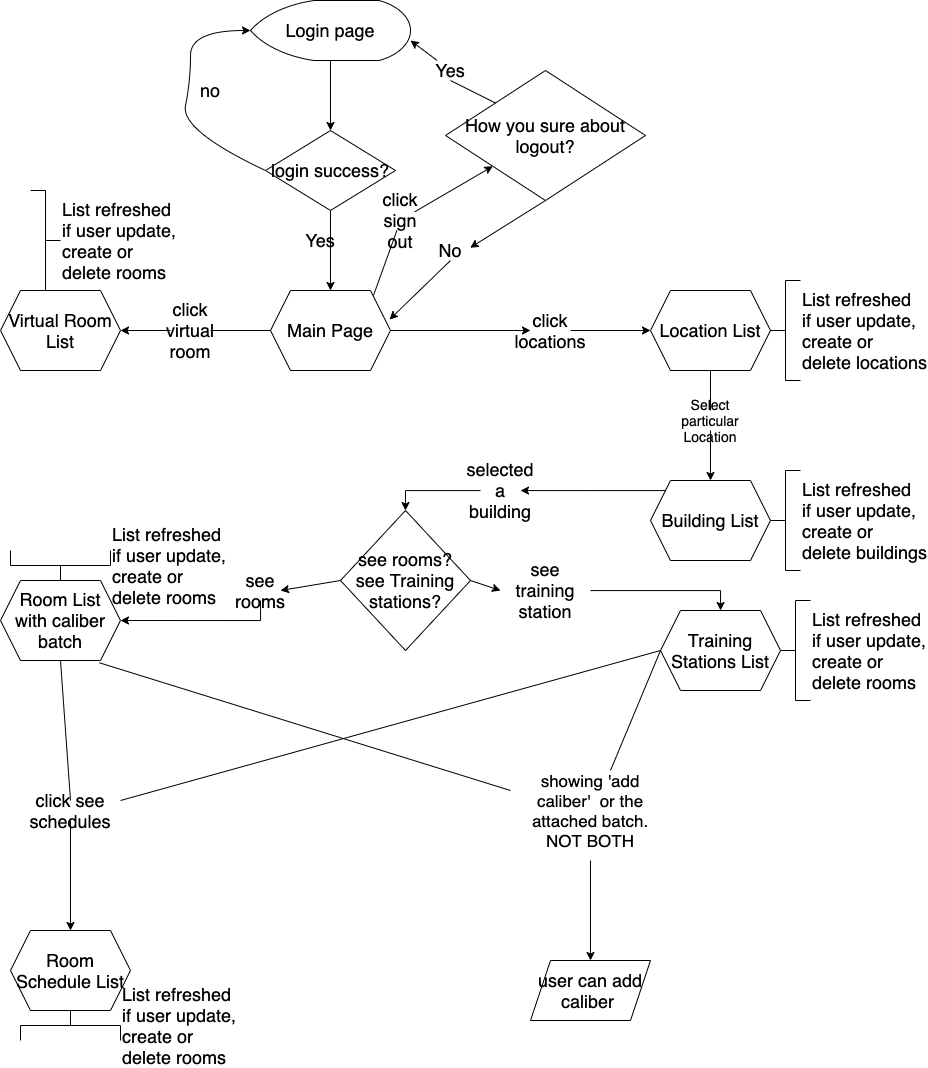
Before: Flowchart/UI Flowchart.png, a diagram exported from draw.io (revaturelabs/af-client). Source tidied: cells renumbered, new cells last; positions are measured from the earlier drawing's top-left corner, leaving out a move shared by most shapes.
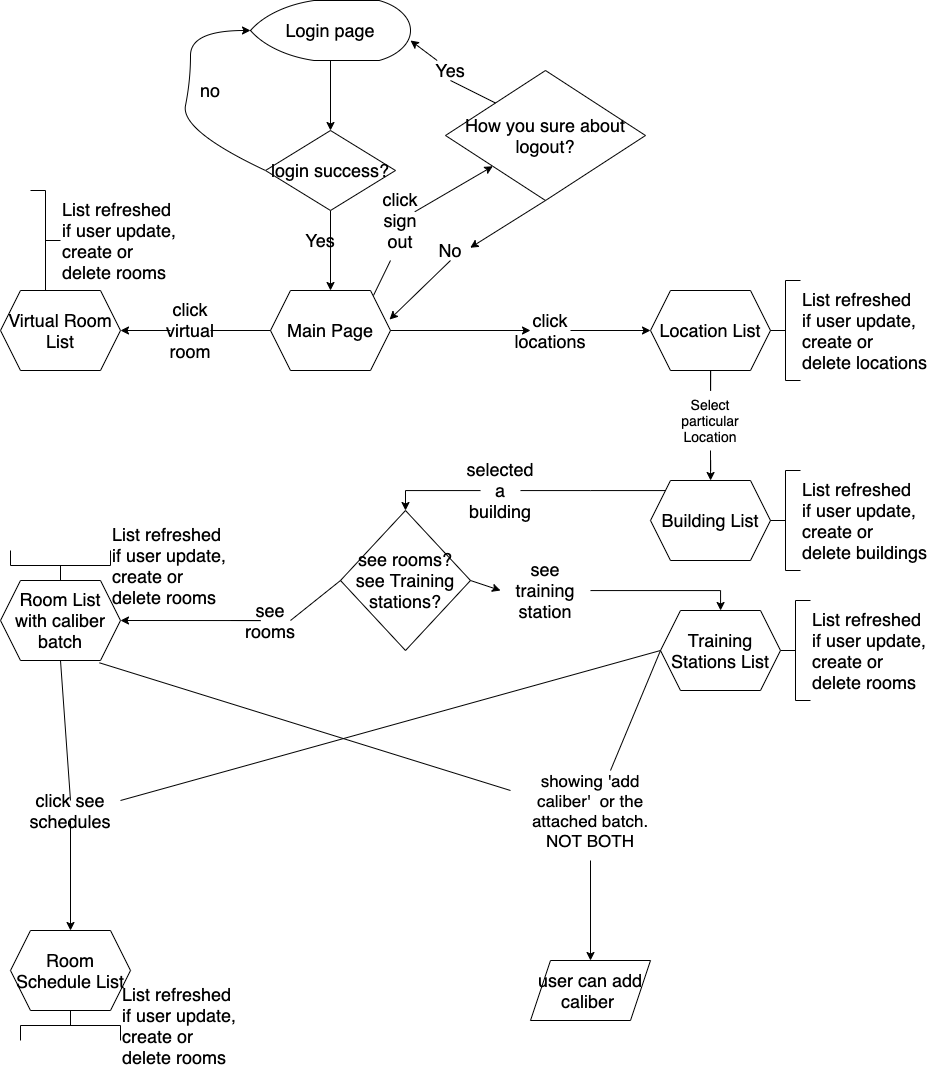
Above is the later version.

Diff of the diagram source:
```diff
@@ -35,14 +35,17 @@
     <mxCell id="10" value="Main Page" style="shape=hexagon;perimeter=hexagonPerimeter2;whiteSpace=wrap;html=1;fixedSize=1;strokeWidth=1;fontSize=18;sketch=0;shadow=0;" parent="1" vertex="1">
       <mxGeometry x="270" y="290" width="120" height="80" as="geometry" />
     </mxCell>
-    <mxCell id="11" style="edgeStyle=orthogonalEdgeStyle;rounded=0;jettySize=auto;html=1;fontSize=18;strokeWidth=1;sketch=0;shadow=0;" parent="1" edge="1" source="20" target="15">
-      <mxGeometry relative="1" as="geometry" />
+    <mxCell id="11" style="edgeStyle=orthogonalEdgeStyle;rounded=0;jettySize=auto;html=1;fontSize=18;strokeWidth=1;sketch=0;shadow=0;" parent="1" edge="1" target="15">
+      <mxGeometry relative="1" as="geometry">
+        <mxPoint x="710" y="450" as="sourcePoint" />
+      </mxGeometry>
     </mxCell>
     <mxCell id="12" value="Location List" style="shape=hexagon;perimeter=hexagonPerimeter2;whiteSpace=wrap;html=1;fixedSize=1;strokeWidth=1;fontSize=18;sketch=0;shadow=0;" parent="1" vertex="1">
       <mxGeometry x="650" y="290" width="120" height="80" as="geometry" />
     </mxCell>
-    <mxCell id="13" style="edgeStyle=orthogonalEdgeStyle;rounded=0;jettySize=auto;html=1;entryX=1;entryY=0.5;entryDx=0;entryDy=0;fontSize=18;strokeWidth=1;sketch=0;shadow=0;" parent="1" edge="1" source="27" target="25">
+    <mxCell id="13" style="edgeStyle=orthogonalEdgeStyle;rounded=0;jettySize=auto;html=1;entryX=1;entryY=0.5;entryDx=0;entryDy=0;fontSize=18;strokeWidth=1;sketch=0;shadow=0;" parent="1" edge="1" target="25">
       <mxGeometry relative="1" as="geometry">
+        <mxPoint x="230" y="620" as="sourcePoint" />
         <Array as="points">
           <mxPoint x="260" y="620" />
         </Array>
@@ -69,8 +72,10 @@
     <mxCell id="20" value="Select particular&lt;br style=&quot;font-size: 14px;&quot;&gt;Location" style="text;html=1;strokeColor=none;fillColor=none;align=center;verticalAlign=middle;whiteSpace=wrap;rounded=0;fontSize=14;strokeWidth=1;sketch=0;shadow=0;" parent="1" vertex="1">
       <mxGeometry x="690" y="410" width="40" height="20" as="geometry" />
     </mxCell>
-    <mxCell id="21" style="edgeStyle=orthogonalEdgeStyle;rounded=0;jettySize=auto;html=1;fontSize=18;strokeWidth=1;sketch=0;shadow=0;endArrow=none;endFill=0;" parent="1" edge="1" source="12" target="20">
-      <mxGeometry relative="1" as="geometry" />
+    <mxCell id="21" style="edgeStyle=orthogonalEdgeStyle;rounded=0;jettySize=auto;html=1;fontSize=18;strokeWidth=1;sketch=0;shadow=0;endArrow=none;endFill=0;" parent="1" edge="1" source="12">
+      <mxGeometry relative="1" as="geometry">
+        <mxPoint x="710" y="390" as="targetPoint" />
+      </mxGeometry>
     </mxCell>
     <mxCell id="22" value="List refreshed &lt;br style=&quot;font-size: 18px;&quot;&gt;if user update,&lt;br style=&quot;font-size: 18px;&quot;&gt;create or &lt;br style=&quot;font-size: 18px;&quot;&gt;delete buildings" style="strokeWidth=1;html=1;shape=mxgraph.flowchart.annotation_2;align=left;labelPosition=right;direction=east;fontSize=18;sketch=0;shadow=0;" parent="1" vertex="1">
       <mxGeometry x="770" y="470" width="30" height="100" as="geometry" />
@@ -90,7 +95,7 @@
       <mxGeometry x="780" y="600" width="30" height="100" as="geometry" />
     </mxCell>
     <mxCell id="27" value="see rooms" style="text;html=1;strokeColor=none;fillColor=none;align=center;verticalAlign=middle;whiteSpace=wrap;rounded=0;fontSize=18;strokeWidth=1;sketch=0;shadow=0;" parent="1" vertex="1">
-      <mxGeometry x="240" y="580" width="40" height="20" as="geometry" />
+      <mxGeometry x="250" y="600" width="40" height="40" as="geometry" />
     </mxCell>
     <mxCell id="28" style="edgeStyle=orthogonalEdgeStyle;rounded=0;jettySize=auto;html=1;fontSize=18;strokeWidth=1;sketch=0;shadow=0;" parent="1" edge="1" source="33" target="32">
       <mxGeometry relative="1" as="geometry" />
@@ -101,7 +106,7 @@
     <mxCell id="30" value="selected&lt;br style=&quot;font-size: 18px;&quot;&gt;a building" style="text;html=1;strokeColor=none;fillColor=none;align=center;verticalAlign=middle;whiteSpace=wrap;rounded=0;fontSize=18;strokeWidth=1;sketch=0;shadow=0;" parent="1" vertex="1">
       <mxGeometry x="480" y="480" width="40" height="20" as="geometry" />
     </mxCell>
-    <mxCell id="31" style="edgeStyle=orthogonalEdgeStyle;rounded=0;jettySize=auto;html=1;fontSize=18;strokeWidth=1;sketch=0;shadow=0;" parent="1" edge="1" source="15" target="30">
+    <mxCell id="31" style="edgeStyle=orthogonalEdgeStyle;rounded=0;jettySize=auto;html=1;fontSize=18;strokeWidth=1;sketch=0;shadow=0;endArrow=none;endFill=0;" parent="1" edge="1" source="15" target="30">
       <mxGeometry relative="1" as="geometry">
         <Array as="points">
           <mxPoint x="590" y="490" />
@@ -126,8 +131,10 @@
     <mxCell id="37" value="click sign out" style="text;html=1;strokeColor=none;fillColor=none;align=center;verticalAlign=middle;whiteSpace=wrap;rounded=0;fontSize=18;strokeWidth=1;sketch=0;shadow=0;" parent="1" vertex="1">
       <mxGeometry x="380" y="210" width="40" height="20" as="geometry" />
     </mxCell>
-    <mxCell id="38" style="endArrow=none;html=1;exitX=0.858;exitY=0.063;exitDx=0;exitDy=0;exitPerimeter=0;fontSize=18;strokeWidth=1;sketch=0;shadow=0;endFill=0;" parent="1" edge="1" source="10" target="37">
-      <mxGeometry relative="1" as="geometry" />
+    <mxCell id="38" style="endArrow=none;html=1;exitX=0.858;exitY=0.063;exitDx=0;exitDy=0;exitPerimeter=0;fontSize=18;strokeWidth=1;sketch=0;shadow=0;endFill=0;" parent="1" edge="1" source="10">
+      <mxGeometry relative="1" as="geometry">
+        <mxPoint x="390" y="260" as="targetPoint" />
+      </mxGeometry>
     </mxCell>
     <mxCell id="39" style="endArrow=classic;html=1;exitX=0.5;exitY=1;exitDx=0;exitDy=0;entryX=0.992;entryY=0.363;entryDx=0;entryDy=0;entryPerimeter=0;fontSize=18;strokeWidth=1;sketch=0;shadow=0;" parent="1" edge="1" source="40" target="10">
       <mxGeometry relative="1" as="geometry" />
@@ -171,7 +178,7 @@
     <mxCell id="52" style="edgeStyle=orthogonalEdgeStyle;rounded=0;jettySize=auto;html=1;fontSize=18;strokeWidth=1;sketch=0;shadow=0;endArrow=none;endFill=0;" parent="1" edge="1" source="10" target="51">
       <mxGeometry relative="1" as="geometry" />
     </mxCell>
-    <mxCell id="53" style="endArrow=classic;html=1;exitX=0;exitY=0.5;exitDx=0;exitDy=0;entryX=1;entryY=0.5;entryDx=0;entryDy=0;fontSize=18;strokeWidth=1;sketch=0;shadow=0;" parent="1" edge="1" source="29" target="27">
+    <mxCell id="53" style="endArrow=none;html=1;exitX=0;exitY=0.5;exitDx=0;exitDy=0;entryX=1;entryY=0.5;entryDx=0;entryDy=0;fontSize=18;strokeWidth=1;sketch=0;shadow=0;endFill=0;" parent="1" edge="1" source="29" target="27">
       <mxGeometry relative="1" as="geometry" />
     </mxCell>
     <mxCell id="54" style="edgeStyle=orthogonalEdgeStyle;rounded=0;orthogonalLoop=1;jettySize=auto;html=1;exitX=0.5;exitY=1;exitDx=0;exitDy=0;fontSize=18;strokeWidth=1;sketch=0;shadow=0;" parent="1" edge="1" source="48" target="48">
```
